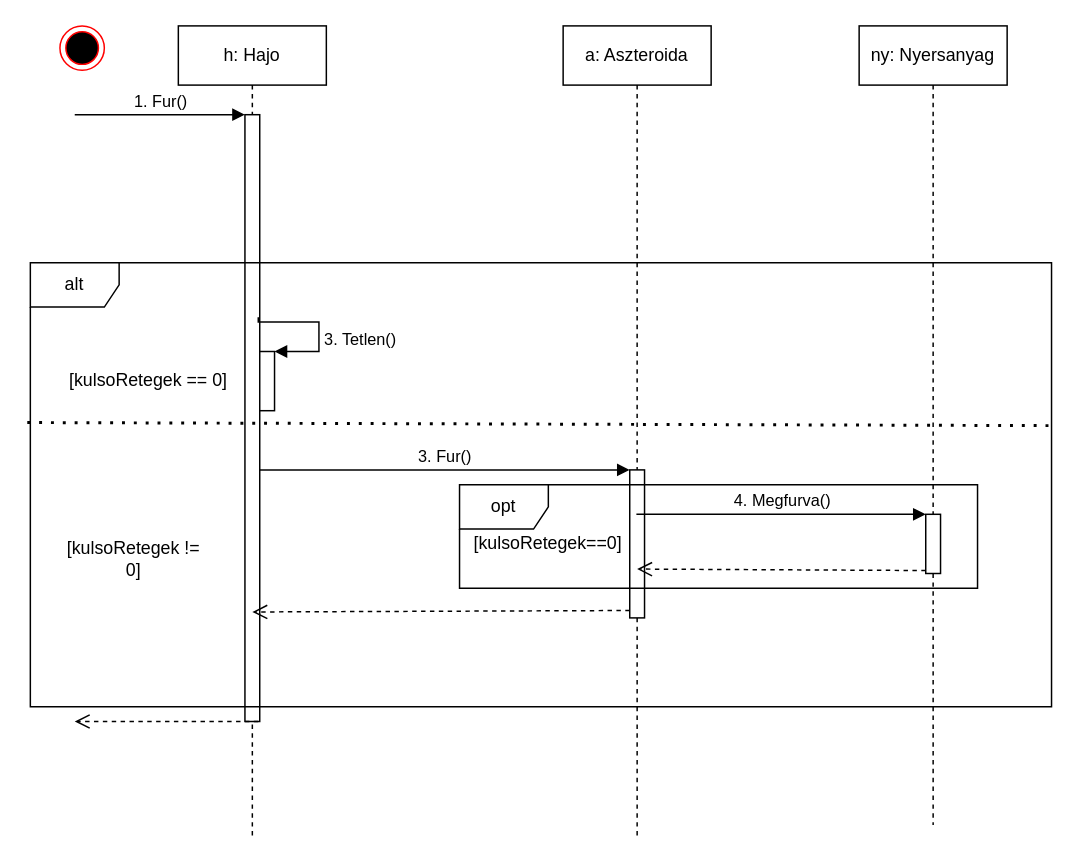
Before: doc/uml/ship_drills.drawio in torpeBoiGo/aszteroidabanyaszat, a draw.io diagram. Source tidied: cells renumbered, new cells numbered last; positions are measured from the earlier drawing's top-left corner, leaving out a move shared by most shapes. Both pictures are drawn from the tidied source at 148%, with x=0, y=0 at pixel (30, 25).
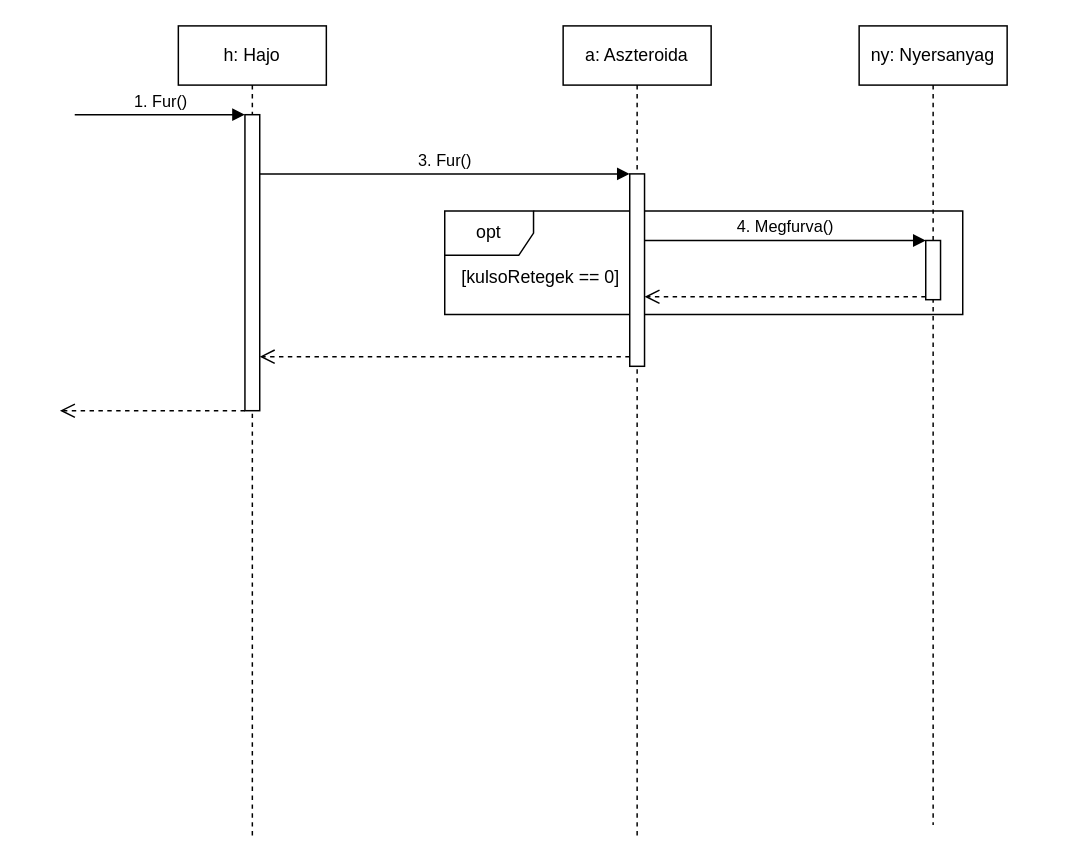
Above is the later version.

Commit message:
Tetlen() kivéve, az aszteroida Fur() függvénye belső működésben vizsgálja, hogy lehet-e még fúrni.drawio

Unchanged cells that the change refers to:
```xml
<mxCell id="2" value="h: Hajo" style="shape=umlLifeline;perimeter=lifelinePerimeter;whiteSpace=wrap;html=1;" parent="1" vertex="1">
  <mxGeometry x="100" width="100" height="550" as="geometry" />
</mxCell>
<mxCell id="8" value="a: Aszteroida" style="shape=umlLifeline;perimeter=lifelinePerimeter;whiteSpace=wrap;html=1;outlineConnect=0;" parent="1" vertex="1">
  <mxGeometry x="360" width="100" height="550" as="geometry" />
</mxCell>
<mxCell id="16" value="ny: Nyersanyag" style="shape=umlLifeline;perimeter=lifelinePerimeter;whiteSpace=wrap;html=1;" parent="1" vertex="1">
  <mxGeometry x="560" width="100" height="540" as="geometry" />
</mxCell>
```

Diff of the diagram source:
```diff
@@
+    <mxCell id="20" value="opt" style="shape=umlFrame;whiteSpace=wrap;html=1;" parent="1" vertex="1">
+      <mxGeometry x="280" y="125" width="350" height="70" as="geometry" />
+    </mxCell>
@@
     <mxCell id="3" style="html=1;points=[];perimeter=orthogonalPerimeter;" parent="2" vertex="1">
-      <mxGeometry x="45" y="60" width="10" height="410" as="geometry" />
+      <mxGeometry x="45" y="60" width="10" height="200" as="geometry" />
     </mxCell>
@@
-    <mxCell id="5" style="html=1;verticalAlign=bottom;endArrow=open;dashed=1;endSize=8;" parent="2" edge="1">
+    <mxCell id="5" style="html=1;verticalAlign=bottom;endArrow=open;dashed=1;endSize=8;" parent="2" edge="1" source="3">
       <mxGeometry x="0.24" y="77" relative="1" as="geometry">
-        <mxPoint x="54" y="470" as="sourcePoint" />
-        <mxPoint x="-70" y="470" as="targetPoint" />
+        <mxPoint x="-80" y="260" as="targetPoint" />
       </mxGeometry>
     </mxCell>
-    <mxCell id="6" style="html=1;points=[];perimeter=orthogonalPerimeter;" parent="2" vertex="1">
-      <mxGeometry x="55" y="220" width="10" height="40" as="geometry" />
-    </mxCell>
-    <mxCell id="7" value="3. Tetlen()" style="edgeStyle=orthogonalEdgeStyle;html=1;align=left;spacingLeft=2;endArrow=block;rounded=0;entryX=1;entryY=0;exitX=0.9;exitY=0.334;exitDx=0;exitDy=0;exitPerimeter=0;" parent="2" edge="1" source="3" target="6">
-      <mxGeometry x="0.2" relative="1" as="geometry">
-        <Array as="points">
-          <mxPoint x="54" y="200" />
-          <mxPoint x="95" y="200" />
-          <mxPoint x="95" y="220" />
-        </Array>
-      </mxGeometry>
-    </mxCell>
@@
     <mxCell id="9" style="html=1;points=[];perimeter=orthogonalPerimeter;" parent="8" vertex="1">
-      <mxGeometry x="45" y="300" width="10" height="100" as="geometry" />
+      <mxGeometry x="45" y="100" width="10" height="130" as="geometry" />
     </mxCell>
@@
-    <mxCell id="11" style="html=1;verticalAlign=bottom;endArrow=open;dashed=1;endSize=8;exitX=0;exitY=0.95;" parent="1" edge="1" source="9">
-      <mxGeometry x="0.02" y="54" relative="1" as="geometry">
-        <mxPoint x="150" y="396" as="targetPoint" />
-      </mxGeometry>
+    <mxCell id="11" style="html=1;verticalAlign=bottom;endArrow=open;dashed=1;endSize=8;exitX=0;exitY=0.95;" parent="1" edge="1" source="9" target="3">
+      <mxGeometry x="0.02" y="54" relative="1" as="geometry" />
     </mxCell>
-    <mxCell id="12" value="alt" style="shape=umlFrame;whiteSpace=wrap;html=1;" parent="1" vertex="1">
-      <mxGeometry y="160" width="690" height="300" as="geometry" />
-    </mxCell>
-    <mxCell id="13" style="endArrow=none;dashed=1;html=1;dashPattern=1 3;strokeWidth=2;exitX=-0.003;exitY=0.36;exitDx=0;exitDy=0;exitPerimeter=0;entryX=1.003;entryY=0.367;entryDx=0;entryDy=0;entryPerimeter=0;" parent="1" edge="1" source="12" target="12">
-      <mxGeometry relative="1" as="geometry" />
-    </mxCell>
-    <mxCell id="14" value="[kulsoRetegek == 0]" style="text;html=1;strokeColor=none;fillColor=none;align=center;verticalAlign=middle;whiteSpace=wrap;rounded=0;" parent="1" vertex="1">
-      <mxGeometry x="20" y="230" width="120" height="20" as="geometry" />
-    </mxCell>
-    <mxCell id="15" value="[kulsoRetegek != 0]" style="text;html=1;strokeColor=none;fillColor=none;align=center;verticalAlign=middle;whiteSpace=wrap;rounded=0;" parent="1" vertex="1">
-      <mxGeometry x="20" y="350" width="100" height="20" as="geometry" />
-    </mxCell>
@@
     <mxCell id="17" style="html=1;points=[];perimeter=orthogonalPerimeter;" parent="16" vertex="1">
-      <mxGeometry x="45" y="330" width="10" height="40" as="geometry" />
+      <mxGeometry x="45" y="145" width="10" height="40" as="geometry" />
     </mxCell>
-    <mxCell id="18" value="4. Megfurva()" style="html=1;verticalAlign=bottom;endArrow=block;entryX=0;entryY=0;" parent="1" edge="1" source="8" target="17">
+    <mxCell id="18" value="4. Megfurva()" style="html=1;verticalAlign=bottom;endArrow=block;entryX=0;entryY=0;" parent="1" edge="1" source="9" target="17">
       <mxGeometry relative="1" as="geometry" />
     </mxCell>
-    <mxCell id="19" style="html=1;verticalAlign=bottom;endArrow=open;dashed=1;endSize=8;exitX=0;exitY=0.95;" parent="1" edge="1" source="17">
-      <mxGeometry x="-0.09" y="52" relative="1" as="geometry">
-        <mxPoint x="410" y="367" as="targetPoint" />
-      </mxGeometry>
+    <mxCell id="19" style="html=1;verticalAlign=bottom;endArrow=open;dashed=1;endSize=8;exitX=0;exitY=0.95;" parent="1" edge="1" source="17" target="9">
+      <mxGeometry x="-0.09" y="52" relative="1" as="geometry" />
     </mxCell>
-    <mxCell id="20" value="opt" style="shape=umlFrame;whiteSpace=wrap;html=1;" parent="1" vertex="1">
-      <mxGeometry x="290" y="310" width="350" height="70" as="geometry" />
-    </mxCell>
-    <mxCell id="21" value="[kulsoRetegek==0]" style="text;html=1;strokeColor=none;fillColor=none;align=center;verticalAlign=middle;whiteSpace=wrap;rounded=0;" parent="1" vertex="1">
-      <mxGeometry x="330" y="340" width="40" height="20" as="geometry" />
+    <mxCell id="21" value="[kulsoRetegek == 0]" style="text;html=1;strokeColor=none;fillColor=none;align=center;verticalAlign=middle;whiteSpace=wrap;rounded=0;" parent="1" vertex="1">
+      <mxGeometry x="290" y="160" width="110" height="20" as="geometry" />
     </mxCell>
-    <mxCell id="22" style="ellipse;html=1;shape=endState;fillColor=#000000;strokeColor=#ff0000;" parent="1" vertex="1">
-      <mxGeometry x="20" width="30" height="30" as="geometry" />
-    </mxCell>
```
